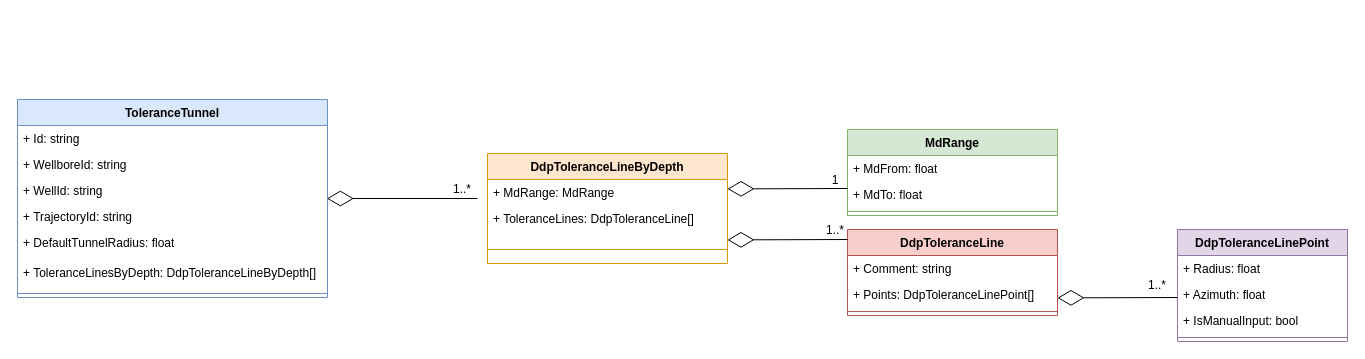
The draw.io diagram Untitled Diagram.drawio in baoqger/drawing.io, before the edit. Source tidied: cells renumbered, new cells numbered last; positions are measured from the earlier drawing's top-left corner, leaving out a move shared by most shapes. Both pictures are drawn from the tidied source at 100%, with x=0, y=0 at pixel (17, 99).
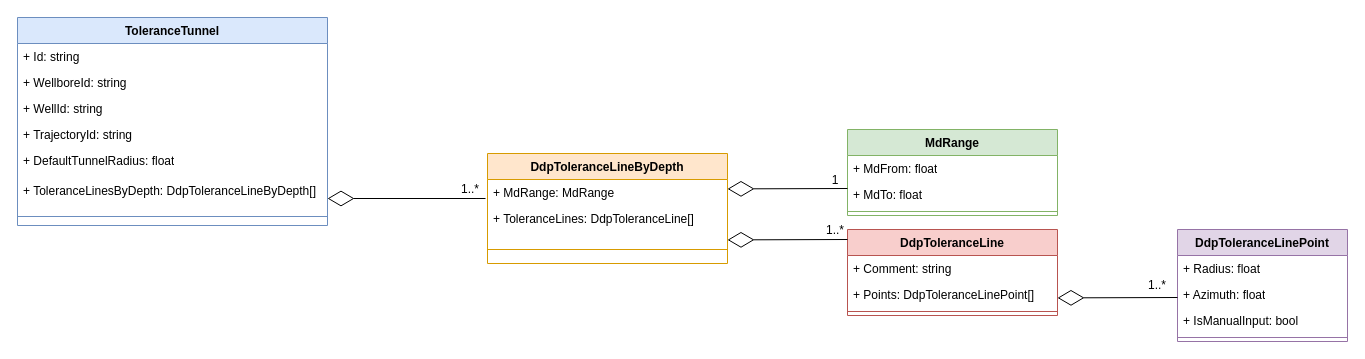
The same page after the edit.

Unchanged cells that the change refers to:
```xml
<mxCell id="6" value="+ TrajectoryId: string" style="text;strokeColor=none;fillColor=none;align=left;verticalAlign=top;spacingLeft=4;spacingRight=4;overflow=hidden;points=[[0,0.5],[1,0.5]];portConstraint=eastwest;whiteSpace=wrap;html=1;" parent="2" vertex="1">
  <mxGeometry y="104" width="310" height="26" as="geometry" />
</mxCell>
```

The edit, as a diff of the source:
```diff
@@
     <mxCell id="2" value="ToleranceTunnel" style="swimlane;fontStyle=1;align=center;verticalAlign=top;horizontal=1;startSize=26;whiteSpace=wrap;html=1;fillColor=#dae8fc;strokeColor=#6c8ebf;" parent="1" vertex="1">
-      <mxGeometry width="310" height="198" as="geometry" />
+      <mxGeometry y="-82" width="310" height="208" as="geometry" />
     </mxCell>
@@
-    <mxCell id="9" style="line;strokeWidth=1;fillColor=none;align=left;verticalAlign=middle;spacingTop=-1;spacingLeft=3;spacingRight=3;labelPosition=right;strokeColor=inherit;" parent="2" vertex="1">
-      <mxGeometry y="190" width="310" height="8" as="geometry" />
+    <mxCell id="9" value="&#10;&#10;" style="line;strokeWidth=1;fillColor=none;align=left;verticalAlign=middle;spacingTop=-1;spacingLeft=3;spacingRight=3;labelPosition=right;strokeColor=inherit;" parent="2" vertex="1">
+      <mxGeometry y="190" width="310" height="18" as="geometry" />
     </mxCell>
@@
     <mxCell id="22" style="group;" parent="1" vertex="1">
-      <mxGeometry x="415" y="75" width="60" height="30" as="geometry" />
+      <mxGeometry x="423" y="75" width="60" height="30" as="geometry" />
     </mxCell>
-    <mxCell id="23" style="endArrow=diamondThin;endFill=0;endSize=24;html=1;rounded=0;entryX=0.998;entryY=-0.191;entryDx=0;entryDy=0;entryPerimeter=0;" parent="22" edge="1" target="6">
+    <mxCell id="23" style="endArrow=diamondThin;endFill=0;endSize=24;html=1;rounded=0;" parent="22" edge="1">
       <mxGeometry relative="1" as="geometry">
         <mxPoint x="45" y="24" as="sourcePoint" />
+        <mxPoint x="-113" y="24" as="targetPoint" />
       </mxGeometry>
     </mxCell>
```
